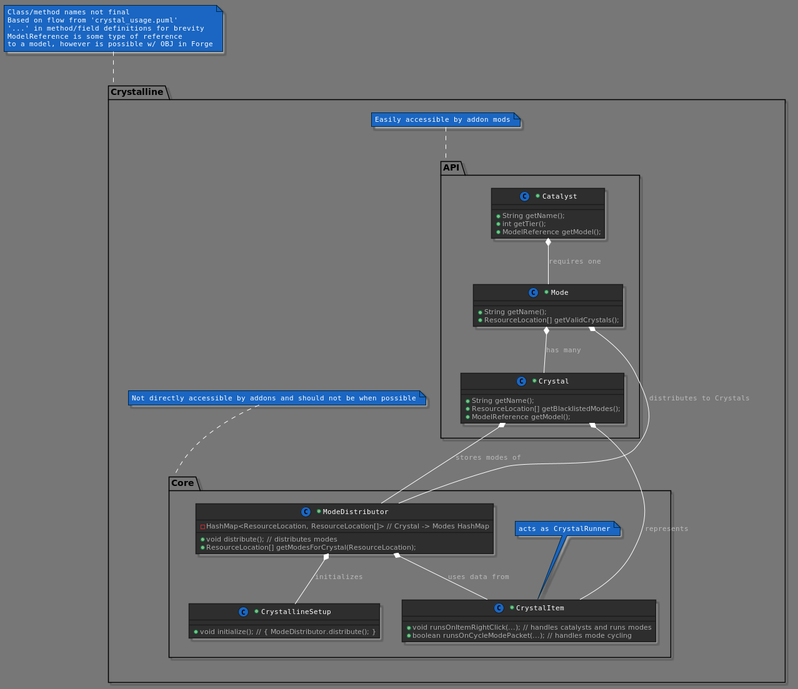
Above: diagrams/crystal_class.png in ThePuzzlemaker/Crystalline (PlantUML), before the change.
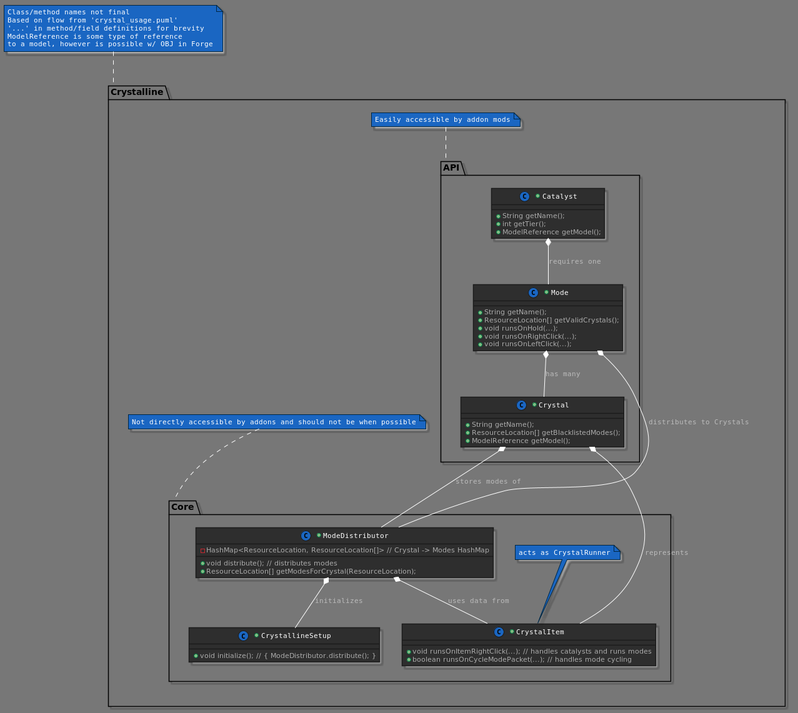
After the change.

Commit message:
Figured out a way to do dynamic OBJ materials

Change to the diagram source:
```diff
@@ -273,6 +273,9 @@
         +class Mode {
             +String getName();
             +ResourceLocation[] getValidCrystals();
+            +void runsOnHold(...);
+            +void runsOnRightClick(...);
+            +void runsOnLeftClick(...);
         }
         +class Catalyst {
             +String getName();
```
